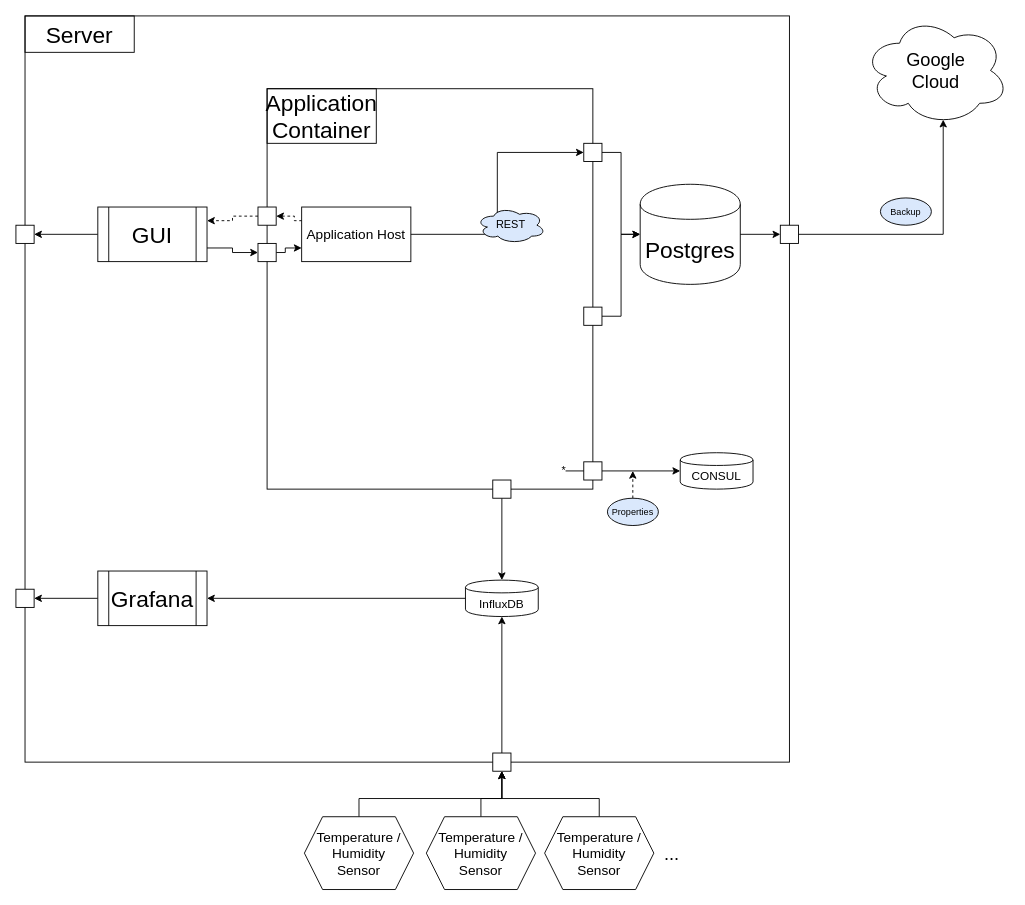
The draw.io diagram page "System" (2 of 2) of Infrastruktur.drawio in Marvin1912/smart-home-infrastructure, before the edit. Source tidied: cells renumbered, new cells numbered last; positions are measured from the earlier drawing's top-left corner, leaving out a move shared by most shapes. Both pictures are drawn from the tidied source at 91%, with x=0, y=0 at pixel (15, 15).
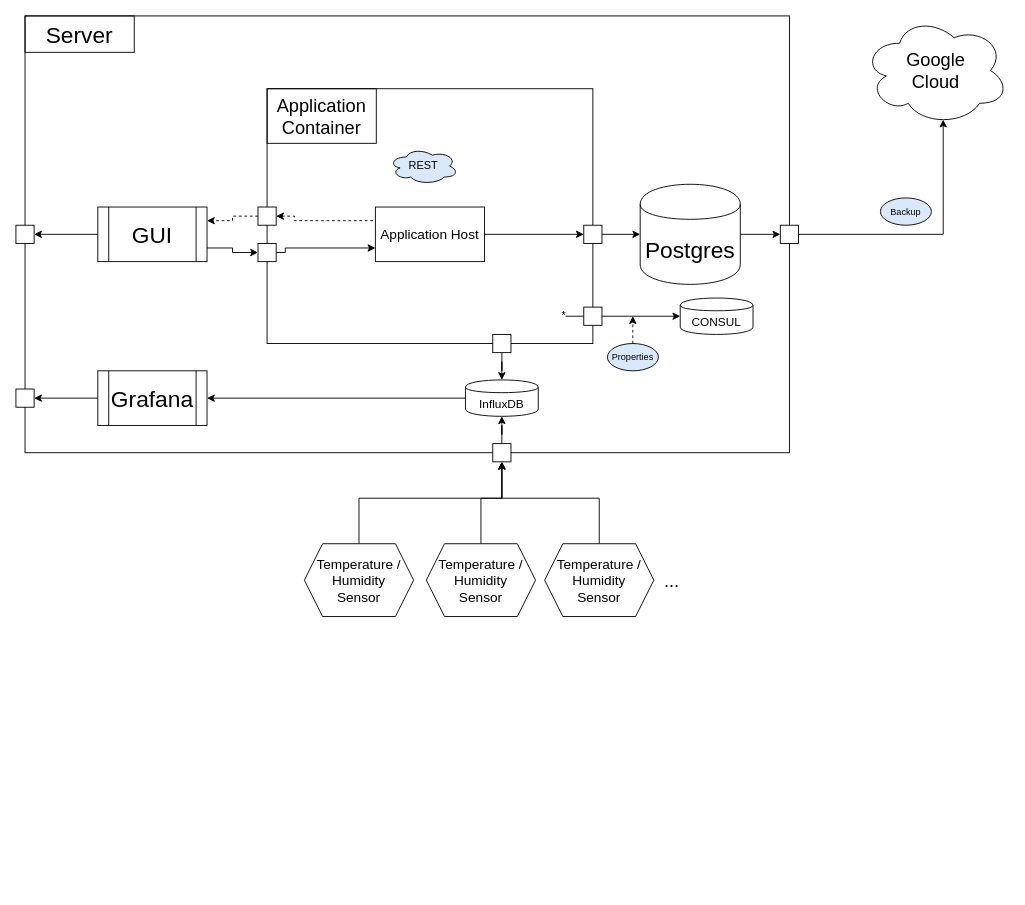
After the change.

Unchanged cells that the change refers to:
```xml
<mxCell id="10" value="Postgres" style="shape=cylinder;whiteSpace=wrap;html=1;boundedLbl=1;backgroundOutline=1;fillColor=none;fontSize=25;" parent="1" vertex="1">
  <mxGeometry x="686" y="185" width="110" height="110" as="geometry" />
</mxCell>
```

Change to the diagram source:
```diff
@@
+    <mxCell id="3" style="rounded=0;whiteSpace=wrap;html=1;fillColor=none;" parent="1" vertex="1">
+      <mxGeometry x="10" width="840" height="480" as="geometry" />
+    </mxCell>
     <mxCell id="2" style="rounded=0;whiteSpace=wrap;html=1;fillColor=none;fontSize=25;" parent="1" vertex="1">
-      <mxGeometry x="276" y="80" width="358" height="440" as="geometry" />
+      <mxGeometry x="276" y="80" width="358" height="280" as="geometry" />
     </mxCell>
-    <mxCell id="3" style="rounded=0;whiteSpace=wrap;html=1;fillColor=none;" parent="1" vertex="1">
-      <mxGeometry x="10" width="840" height="820" as="geometry" />
-    </mxCell>
@@
-    <mxCell id="5" value="Application Container" style="rounded=0;whiteSpace=wrap;html=1;fillColor=none;fontSize=25;" parent="1" vertex="1">
+    <mxCell id="5" value="Application Container" style="rounded=0;whiteSpace=wrap;html=1;fillColor=none;fontSize=20;" parent="1" vertex="1">
       <mxGeometry x="276" y="80" width="120" height="60" as="geometry" />
     </mxCell>
@@
     <mxCell id="7" value="Application Host" style="rounded=0;whiteSpace=wrap;html=1;fillColor=none;fontSize=15;" parent="1" vertex="1">
-      <mxGeometry x="314" y="210" width="120" height="60" as="geometry" />
+      <mxGeometry x="395" y="210" width="120" height="60" as="geometry" />
     </mxCell>
@@
-    <mxCell id="11" style="edgeStyle=orthogonalEdgeStyle;rounded=0;jettySize=auto;html=1;entryX=0;entryY=0.5;entryDx=0;entryDy=0;startArrow=none;startFill=0;endArrow=classic;endFill=1;fontSize=12;" parent="1" edge="1" source="12" target="10">
-      <mxGeometry relative="1" as="geometry" />
-    </mxCell>
-    <mxCell id="12" style="whiteSpace=wrap;html=1;fillColor=#ffffff;fontSize=12;" parent="1" vertex="1">
-      <mxGeometry x="624" y="320" width="20" height="20" as="geometry" />
-    </mxCell>
@@
     <mxCell id="14" style="whiteSpace=wrap;html=1;fillColor=#ffffff;fontSize=12;" parent="1" vertex="1">
-      <mxGeometry x="624" y="140" width="20" height="20" as="geometry" />
+      <mxGeometry x="624" y="230" width="20" height="20" as="geometry" />
     </mxCell>
@@
     <mxCell id="21" value="REST" style="ellipse;shape=cloud;whiteSpace=wrap;html=1;fillColor=#dae8fc;fontSize=12;strokeColor=#000000;" parent="1" vertex="1">
-      <mxGeometry x="506" y="210" width="76" height="40" as="geometry" />
+      <mxGeometry x="410" y="145" width="76" height="40" as="geometry" />
     </mxCell>
@@
     <mxCell id="25" value="CONSUL" style="shape=cylinder;whiteSpace=wrap;html=1;boundedLbl=1;backgroundOutline=1;fillColor=none;fontSize=13;" parent="1" vertex="1">
-      <mxGeometry x="730" y="480" width="80" height="40" as="geometry" />
+      <mxGeometry x="730" y="310" width="80" height="40" as="geometry" />
     </mxCell>
@@
     <mxCell id="27" style="whiteSpace=wrap;html=1;fillColor=#ffffff;fontSize=12;" parent="1" vertex="1">
-      <mxGeometry x="624" y="490" width="20" height="20" as="geometry" />
+      <mxGeometry x="624" y="320" width="20" height="20" as="geometry" />
     </mxCell>
     <mxCell id="28" value="Properties" style="ellipse;whiteSpace=wrap;html=1;fontSize=10;fillColor=#dae8fc;strokeColor=default;" parent="1" vertex="1">
-      <mxGeometry x="650" y="530" width="56" height="30" as="geometry" />
+      <mxGeometry x="650" y="360" width="56" height="30" as="geometry" />
     </mxCell>
     <mxCell id="29" style="endArrow=classic;html=1;rounded=0;dashed=1;" parent="1" edge="1">
       <mxGeometry relative="1" as="geometry">
-        <mxPoint x="677.9" y="530" as="sourcePoint" />
-        <mxPoint x="677.9" y="500" as="targetPoint" />
+        <mxPoint x="677.9" y="360" as="sourcePoint" />
+        <mxPoint x="677.9" y="330" as="targetPoint" />
       </mxGeometry>
     </mxCell>
     <mxCell id="30" style="endArrow=none;html=1;rounded=0;" parent="1" edge="1">
       <mxGeometry relative="1" as="geometry">
-        <mxPoint x="604" y="500" as="sourcePoint" />
-        <mxPoint x="624" y="500" as="targetPoint" />
+        <mxPoint x="604" y="330" as="sourcePoint" />
+        <mxPoint x="624" y="330" as="targetPoint" />
       </mxGeometry>
     </mxCell>
     <mxCell id="31" value="*" style="text;html=1;strokeColor=none;fillColor=none;align=center;verticalAlign=middle;whiteSpace=wrap;rounded=0;" parent="1" vertex="1">
-      <mxGeometry x="591" y="490" width="23" height="20" as="geometry" />
+      <mxGeometry x="591" y="320" width="23" height="20" as="geometry" />
     </mxCell>
@@
     <mxCell id="33" value="Grafana" style="shape=process;whiteSpace=wrap;html=1;backgroundOutline=1;strokeColor=#000000;fillColor=#ffffff;fontSize=25;" parent="1" vertex="1">
-      <mxGeometry x="90" y="610" width="120" height="60" as="geometry" />
+      <mxGeometry x="90" y="390" width="120" height="60" as="geometry" />
     </mxCell>
     <mxCell id="34" style="whiteSpace=wrap;html=1;fillColor=#ffffff;fontSize=12;" parent="1" vertex="1">
-      <mxGeometry y="630" width="20" height="20" as="geometry" />
+      <mxGeometry y="410" width="20" height="20" as="geometry" />
     </mxCell>
@@
     <mxCell id="36" value="InfluxDB" style="shape=cylinder;whiteSpace=wrap;html=1;boundedLbl=1;backgroundOutline=1;fillColor=none;fontSize=13;" parent="1" vertex="1">
-      <mxGeometry x="494" y="620" width="80" height="40" as="geometry" />
+      <mxGeometry x="494" y="400" width="80" height="40" as="geometry" />
     </mxCell>
@@
     <mxCell id="38" style="whiteSpace=wrap;html=1;fillColor=#ffffff;fontSize=12;" parent="1" vertex="1">
-      <mxGeometry x="524" y="510" width="20" height="20" as="geometry" />
+      <mxGeometry x="524" y="350" width="20" height="20" as="geometry" />
     </mxCell>
@@
     <mxCell id="40" style="edgeStyle=orthogonalEdgeStyle;rounded=0;jettySize=auto;html=1;entryX=0.5;entryY=1;entryDx=0;entryDy=0;" parent="1" edge="1" source="41" target="48">
       <mxGeometry relative="1" as="geometry">
         <Array as="points">
-          <mxPoint x="377" y="860" />
-          <mxPoint x="534" y="860" />
+          <mxPoint x="377" y="530" />
+          <mxPoint x="534" y="530" />
         </Array>
       </mxGeometry>
     </mxCell>
     <mxCell id="41" value="Temperature /&lt;br style=&quot;font-size: 15px;&quot;&gt;Humidity&lt;br&gt;Sensor" style="shape=hexagon;perimeter=hexagonPerimeter2;whiteSpace=wrap;html=1;fixedSize=1;fontSize=15;" parent="1" vertex="1">
-      <mxGeometry x="317" y="880" width="120" height="80" as="geometry" />
+      <mxGeometry x="317" y="580" width="120" height="80" as="geometry" />
     </mxCell>
     <mxCell id="42" style="edgeStyle=orthogonalEdgeStyle;rounded=0;jettySize=auto;html=1;entryX=0.5;entryY=1;entryDx=0;entryDy=0;" parent="1" edge="1" source="43" target="48">
       <mxGeometry relative="1" as="geometry">
         <Array as="points">
-          <mxPoint x="511" y="860" />
-          <mxPoint x="534" y="860" />
+          <mxPoint x="511" y="530" />
+          <mxPoint x="534" y="530" />
         </Array>
       </mxGeometry>
     </mxCell>
     <mxCell id="43" value="Temperature /&lt;br style=&quot;font-size: 15px;&quot;&gt;Humidity&lt;br&gt;Sensor" style="shape=hexagon;perimeter=hexagonPerimeter2;whiteSpace=wrap;html=1;fixedSize=1;fontSize=15;" parent="1" vertex="1">
-      <mxGeometry x="451" y="880" width="120" height="80" as="geometry" />
+      <mxGeometry x="451" y="580" width="120" height="80" as="geometry" />
     </mxCell>
     <mxCell id="44" style="edgeStyle=orthogonalEdgeStyle;rounded=0;jettySize=auto;html=1;entryX=0.5;entryY=1;entryDx=0;entryDy=0;" parent="1" edge="1" source="45" target="48">
       <mxGeometry relative="1" as="geometry">
         <Array as="points">
-          <mxPoint x="641" y="860" />
-          <mxPoint x="534" y="860" />
+          <mxPoint x="641" y="530" />
+          <mxPoint x="534" y="530" />
         </Array>
       </mxGeometry>
     </mxCell>
     <mxCell id="45" value="Temperature /&lt;br style=&quot;font-size: 15px;&quot;&gt;Humidity&lt;br&gt;Sensor" style="shape=hexagon;perimeter=hexagonPerimeter2;whiteSpace=wrap;html=1;fixedSize=1;fontSize=15;" parent="1" vertex="1">
-      <mxGeometry x="581" y="880" width="120" height="80" as="geometry" />
+      <mxGeometry x="581" y="580" width="120" height="80" as="geometry" />
     </mxCell>
     <mxCell id="46" value="..." style="text;html=1;strokeColor=none;fillColor=none;align=center;verticalAlign=middle;whiteSpace=wrap;rounded=0;fontSize=20;" parent="1" vertex="1">
-      <mxGeometry x="691" y="905" width="60" height="30" as="geometry" />
+      <mxGeometry x="691" y="605" width="60" height="30" as="geometry" />
     </mxCell>
@@
     <mxCell id="48" style="whiteSpace=wrap;html=1;fillColor=#ffffff;fontSize=12;" parent="1" vertex="1">
-      <mxGeometry x="524" y="810" width="20" height="20" as="geometry" />
+      <mxGeometry x="524" y="470" width="20" height="20" as="geometry" />
     </mxCell>
```
